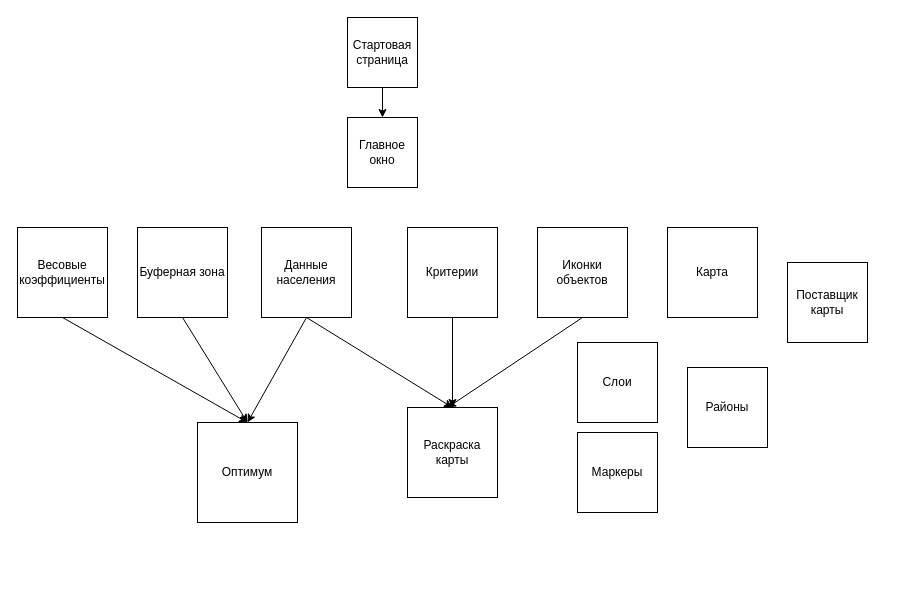
The draw.io diagram Untitled Diagram.drawio in IsaevAlexGit/Test, before the edit. Source tidied: cells renumbered, new cells numbered last; positions are measured from the earlier drawing's top-left corner, leaving out a move shared by most shapes. Both pictures are drawn from the tidied source at 100%, with x=0, y=0 at pixel (17, 17).
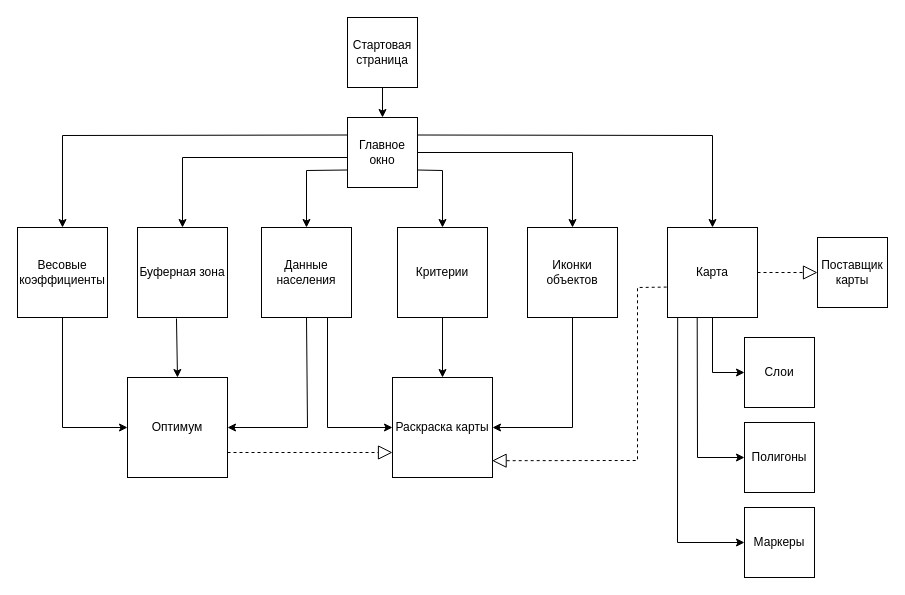
The same page after the edit.

The change refers to these unchanged cells:
```xml
<mxCell id="3" value="Главное окно" style="whiteSpace=wrap;html=1;" parent="1" vertex="1">
  <mxGeometry x="330" y="100" width="70" height="70" as="geometry" />
</mxCell>
<mxCell id="4" value="Данные населения" style="whiteSpace=wrap;html=1;" parent="1" vertex="1">
  <mxGeometry x="244" y="210" width="90" height="90" as="geometry" />
</mxCell>
<mxCell id="6" value="Весовые коэффициенты" style="whiteSpace=wrap;html=1;" parent="1" vertex="1">
  <mxGeometry y="210" width="90" height="90" as="geometry" />
</mxCell>
<mxCell id="7" value="Буферная зона" style="whiteSpace=wrap;html=1;" parent="1" vertex="1">
  <mxGeometry x="120" y="210" width="90" height="90" as="geometry" />
</mxCell>
<mxCell id="17" value="Карта" style="whiteSpace=wrap;html=1;" parent="1" vertex="1">
  <mxGeometry x="650" y="210" width="90" height="90" as="geometry" />
</mxCell>
```

What changed in the source:
```diff
@@
     <mxCell id="5" value="Критерии" style="whiteSpace=wrap;html=1;" parent="1" vertex="1">
-      <mxGeometry x="390" y="210" width="90" height="90" as="geometry" />
+      <mxGeometry x="380" y="210" width="90" height="90" as="geometry" />
     </mxCell>
@@
     <mxCell id="8" value="Оптимум" style="whiteSpace=wrap;html=1;" parent="1" vertex="1">
-      <mxGeometry x="180" y="405" width="100" height="100" as="geometry" />
+      <mxGeometry x="110" y="360" width="100" height="100" as="geometry" />
     </mxCell>
     <mxCell id="9" value="Раскраска карты" style="whiteSpace=wrap;html=1;" parent="1" vertex="1">
-      <mxGeometry x="390" y="390" width="90" height="90" as="geometry" />
+      <mxGeometry x="375" y="360" width="100" height="100" as="geometry" />
     </mxCell>
     <mxCell id="10" value="Иконки объектов" style="whiteSpace=wrap;html=1;" parent="1" vertex="1">
-      <mxGeometry x="520" y="210" width="90" height="90" as="geometry" />
+      <mxGeometry x="510" y="210" width="90" height="90" as="geometry" />
     </mxCell>
-    <mxCell id="11" style="endArrow=classic;html=1;rounded=0;entryX=0.5;entryY=0;entryDx=0;entryDy=0;exitX=0.5;exitY=1;exitDx=0;exitDy=0;" parent="1" edge="1" source="4" target="8">
-      <mxGeometry relative="1" as="geometry" />
+    <mxCell id="11" style="endArrow=classic;html=1;rounded=0;entryX=1;entryY=0.5;entryDx=0;entryDy=0;exitX=0.5;exitY=1;exitDx=0;exitDy=0;" parent="1" edge="1" source="4" target="8">
+      <mxGeometry relative="1" as="geometry">
+        <Array as="points">
+          <mxPoint x="290" y="410" />
+        </Array>
+      </mxGeometry>
     </mxCell>
-    <mxCell id="12" style="endArrow=classic;html=1;rounded=0;exitX=0.5;exitY=1;exitDx=0;exitDy=0;entryX=0.5;entryY=0;entryDx=0;entryDy=0;" parent="1" edge="1" source="6" target="8">
-      <mxGeometry relative="1" as="geometry" />
+    <mxCell id="12" style="endArrow=classic;html=1;rounded=0;exitX=0.5;exitY=1;exitDx=0;exitDy=0;entryX=0;entryY=0.5;entryDx=0;entryDy=0;" parent="1" edge="1" source="6" target="8">
+      <mxGeometry relative="1" as="geometry">
+        <Array as="points">
+          <mxPoint x="45" y="410" />
+        </Array>
+      </mxGeometry>
     </mxCell>
-    <mxCell id="13" style="endArrow=classic;html=1;rounded=0;exitX=0.5;exitY=1;exitDx=0;exitDy=0;entryX=0.5;entryY=0;entryDx=0;entryDy=0;" parent="1" edge="1" source="7" target="8">
+    <mxCell id="13" style="endArrow=classic;html=1;rounded=0;exitX=0.433;exitY=1.011;exitDx=0;exitDy=0;exitPerimeter=0;entryX=0.5;entryY=0;entryDx=0;entryDy=0;" parent="1" edge="1" source="7" target="8">
       <mxGeometry relative="1" as="geometry" />
     </mxCell>
-    <mxCell id="14" style="endArrow=classic;html=1;rounded=0;entryX=0.5;entryY=0;entryDx=0;entryDy=0;exitX=0.5;exitY=1;exitDx=0;exitDy=0;" parent="1" edge="1" source="5" target="9">
-      <mxGeometry relative="1" as="geometry" />
+    <mxCell id="14" style="endArrow=classic;html=1;rounded=0;entryX=0.5;entryY=0;entryDx=0;entryDy=0;" parent="1" edge="1" target="9">
+      <mxGeometry relative="1" as="geometry">
+        <mxPoint x="425" y="300" as="sourcePoint" />
+      </mxGeometry>
     </mxCell>
-    <mxCell id="15" style="endArrow=classic;html=1;rounded=0;exitX=0.5;exitY=1;exitDx=0;exitDy=0;" parent="1" edge="1" source="10">
+    <mxCell id="15" style="endArrow=classic;html=1;rounded=0;exitX=0.5;exitY=1;exitDx=0;exitDy=0;entryX=1;entryY=0.5;entryDx=0;entryDy=0;" parent="1" edge="1" source="10" target="9">
       <mxGeometry relative="1" as="geometry">
-        <mxPoint x="430" y="390" as="targetPoint" />
+        <Array as="points">
+          <mxPoint x="555" y="410" />
+        </Array>
       </mxGeometry>
     </mxCell>
-    <mxCell id="16" style="endArrow=classic;html=1;rounded=0;exitX=0.5;exitY=1;exitDx=0;exitDy=0;entryX=0.5;entryY=0;entryDx=0;entryDy=0;" parent="1" edge="1" source="4" target="9">
-      <mxGeometry relative="1" as="geometry" />
+    <mxCell id="16" style="endArrow=classic;html=1;rounded=0;entryX=0;entryY=0.5;entryDx=0;entryDy=0;" parent="1" edge="1" target="9">
+      <mxGeometry relative="1" as="geometry">
+        <mxPoint x="310" y="300" as="sourcePoint" />
+        <Array as="points">
+          <mxPoint x="310" y="410" />
+        </Array>
+      </mxGeometry>
     </mxCell>
@@
     <mxCell id="18" value="Слои" style="whiteSpace=wrap;html=1;" parent="1" vertex="1">
-      <mxGeometry x="560" y="325" width="80" height="80" as="geometry" />
+      <mxGeometry x="727" y="320" width="70" height="70" as="geometry" />
     </mxCell>
     <mxCell id="19" value="Маркеры" style="whiteSpace=wrap;html=1;" parent="1" vertex="1">
-      <mxGeometry x="560" y="415" width="80" height="80" as="geometry" />
+      <mxGeometry x="727" y="490" width="70" height="70" as="geometry" />
     </mxCell>
-    <mxCell id="20" value="Районы" style="whiteSpace=wrap;html=1;" parent="1" vertex="1">
-      <mxGeometry x="670" y="350" width="80" height="80" as="geometry" />
+    <mxCell id="20" value="Полигоны" style="whiteSpace=wrap;html=1;" parent="1" vertex="1">
+      <mxGeometry x="727" y="405" width="70" height="70" as="geometry" />
     </mxCell>
     <mxCell id="21" value="Поставщик карты" style="whiteSpace=wrap;html=1;" parent="1" vertex="1">
-      <mxGeometry x="770" y="245" width="80" height="80" as="geometry" />
+      <mxGeometry x="800" y="220" width="70" height="70" as="geometry" />
     </mxCell>
@@
+    <mxCell id="23" style="endArrow=classic;html=1;rounded=0;entryX=0.5;entryY=0;entryDx=0;entryDy=0;exitX=0;exitY=0.25;exitDx=0;exitDy=0;" parent="1" edge="1" source="3" target="6">
+      <mxGeometry relative="1" as="geometry">
+        <Array as="points">
+          <mxPoint x="45" y="118" />
+        </Array>
+      </mxGeometry>
+    </mxCell>
+    <mxCell id="24" style="endArrow=classic;html=1;rounded=0;entryX=0.5;entryY=0;entryDx=0;entryDy=0;" parent="1" edge="1" target="7">
+      <mxGeometry relative="1" as="geometry">
+        <mxPoint x="330" y="140" as="sourcePoint" />
+        <Array as="points">
+          <mxPoint x="165" y="140" />
+        </Array>
+      </mxGeometry>
+    </mxCell>
+    <mxCell id="25" style="endArrow=classic;html=1;rounded=0;exitX=0;exitY=0.75;exitDx=0;exitDy=0;entryX=0.5;entryY=0;entryDx=0;entryDy=0;" parent="1" edge="1" source="3" target="4">
+      <mxGeometry relative="1" as="geometry">
+        <Array as="points">
+          <mxPoint x="289" y="153" />
+        </Array>
+      </mxGeometry>
+    </mxCell>
+    <mxCell id="26" style="endArrow=classic;html=1;rounded=0;entryX=0.5;entryY=0;entryDx=0;entryDy=0;exitX=1;exitY=0.75;exitDx=0;exitDy=0;" parent="1" edge="1" source="3" target="5">
+      <mxGeometry relative="1" as="geometry">
+        <Array as="points">
+          <mxPoint x="425" y="153" />
+        </Array>
+      </mxGeometry>
+    </mxCell>
+    <mxCell id="27" style="endArrow=classic;html=1;rounded=0;entryX=0.5;entryY=0;entryDx=0;entryDy=0;exitX=1;exitY=0.5;exitDx=0;exitDy=0;" parent="1" edge="1" source="3" target="10">
+      <mxGeometry relative="1" as="geometry">
+        <Array as="points">
+          <mxPoint x="555" y="135" />
+        </Array>
+      </mxGeometry>
+    </mxCell>
+    <mxCell id="28" style="endArrow=classic;html=1;rounded=0;entryX=0.5;entryY=0;entryDx=0;entryDy=0;exitX=1;exitY=0.25;exitDx=0;exitDy=0;" parent="1" edge="1" source="3" target="17">
+      <mxGeometry relative="1" as="geometry">
+        <Array as="points">
+          <mxPoint x="695" y="118" />
+        </Array>
+      </mxGeometry>
+    </mxCell>
+    <mxCell id="29" style="endArrow=block;dashed=1;endFill=0;endSize=12;html=1;rounded=0;entryX=0;entryY=0.5;entryDx=0;entryDy=0;exitX=1;exitY=0.5;exitDx=0;exitDy=0;" parent="1" edge="1" source="17" target="21">
+      <mxGeometry relative="1" as="geometry" />
+    </mxCell>
+    <mxCell id="30" style="endArrow=classic;html=1;rounded=0;entryX=0;entryY=0.5;entryDx=0;entryDy=0;exitX=0.5;exitY=1;exitDx=0;exitDy=0;" parent="1" edge="1" source="17" target="18">
+      <mxGeometry relative="1" as="geometry">
+        <Array as="points">
+          <mxPoint x="695" y="355" />
+        </Array>
+      </mxGeometry>
+    </mxCell>
+    <mxCell id="31" style="endArrow=classic;html=1;rounded=0;entryX=0;entryY=0.5;entryDx=0;entryDy=0;exitX=0.33;exitY=1.001;exitDx=0;exitDy=0;exitPerimeter=0;" parent="1" edge="1" source="17" target="20">
+      <mxGeometry relative="1" as="geometry">
+        <Array as="points">
+          <mxPoint x="680" y="440" />
+        </Array>
+      </mxGeometry>
+    </mxCell>
+    <mxCell id="32" style="endArrow=classic;html=1;rounded=0;entryX=0;entryY=0.5;entryDx=0;entryDy=0;exitX=0.113;exitY=1.006;exitDx=0;exitDy=0;exitPerimeter=0;" parent="1" edge="1" source="17" target="19">
+      <mxGeometry relative="1" as="geometry">
+        <Array as="points">
+          <mxPoint x="660" y="525" />
+        </Array>
+      </mxGeometry>
+    </mxCell>
+    <mxCell id="33" style="endArrow=block;dashed=1;endFill=0;endSize=12;html=1;rounded=0;exitX=1;exitY=0.75;exitDx=0;exitDy=0;entryX=0;entryY=0.75;entryDx=0;entryDy=0;" parent="1" edge="1" source="8" target="9">
+      <mxGeometry relative="1" as="geometry" />
+    </mxCell>
+    <mxCell id="34" style="endArrow=block;dashed=1;endFill=0;endSize=12;html=1;rounded=0;exitX=-0.009;exitY=0.662;exitDx=0;exitDy=0;entryX=0.996;entryY=0.832;entryDx=0;entryDy=0;entryPerimeter=0;exitPerimeter=0;" parent="1" edge="1" source="17" target="9">
+      <mxGeometry relative="1" as="geometry">
+        <Array as="points">
+          <mxPoint x="620" y="270" />
+          <mxPoint x="620" y="443" />
+        </Array>
+      </mxGeometry>
+    </mxCell>
```
